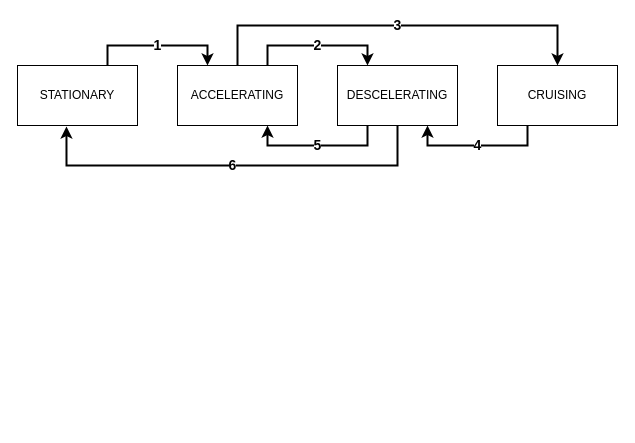
SebastianGonzalezRP/SimVex keeps this draw.io diagram as page "Page-6" (6 of 6) of Diagrams.drawio. Above is the earlier version. Source tidied: cells renumbered, new cells numbered last; positions are measured from the earlier drawing's top-left corner, leaving out a move shared by most shapes. Both pictures are drawn from the tidied source at 100%, with x=0, y=0 at pixel (17, 25).
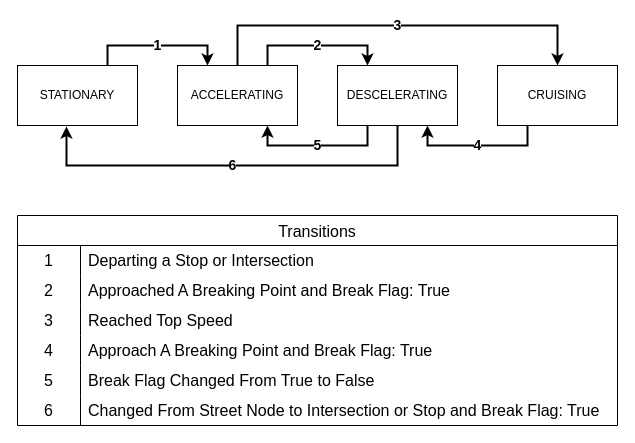
Above is the later version.

The edit, as a diff of the source:
```diff
@@
+    <mxCell id="12" value="Transitions" style="shape=table;startSize=30;childLayout=tableLayout;rowLines=0;fontStyle=0;strokeColor=default;fontSize=16;" parent="1" vertex="1">
+      <mxGeometry y="190" width="600" height="210" as="geometry" />
+    </mxCell>
+    <mxCell id="13" style="shape=tableRow;horizontal=0;startSize=0;swimlaneHead=0;swimlaneBody=0;top=0;left=0;bottom=0;right=0;fillColor=none;strokeColor=inherit;fontSize=16;" parent="12" vertex="1">
+      <mxGeometry y="30" width="600" height="30" as="geometry" />
+    </mxCell>
+    <mxCell id="14" value="1" style="shape=partialRectangle;html=1;whiteSpace=wrap;fillColor=none;top=0;left=0;bottom=0;right=0;overflow=hidden;strokeColor=inherit;fontSize=16;" parent="13" vertex="1">
+      <mxGeometry width="63" height="30" as="geometry" />
+    </mxCell>
+    <mxCell id="15" value="Departing a Stop or Intersection" style="shape=partialRectangle;html=1;whiteSpace=wrap;fillColor=none;top=0;left=0;bottom=0;right=0;align=left;spacingLeft=6;overflow=hidden;strokeColor=inherit;fontSize=16;" parent="13" vertex="1">
+      <mxGeometry x="63" width="537" height="30" as="geometry" />
+    </mxCell>
+    <mxCell id="16" style="shape=tableRow;horizontal=0;startSize=0;swimlaneHead=0;swimlaneBody=0;top=0;left=0;bottom=0;right=0;fillColor=none;strokeColor=inherit;fontSize=16;" parent="12" vertex="1">
+      <mxGeometry y="60" width="600" height="30" as="geometry" />
+    </mxCell>
+    <mxCell id="17" value="2" style="shape=partialRectangle;html=1;whiteSpace=wrap;fillColor=none;top=0;left=0;bottom=0;right=0;overflow=hidden;strokeColor=inherit;fontSize=16;" parent="16" vertex="1">
+      <mxGeometry width="63" height="30" as="geometry" />
+    </mxCell>
+    <mxCell id="18" value="Approached A Breaking Point and Break Flag: True&amp;nbsp;" style="shape=partialRectangle;html=1;whiteSpace=wrap;fillColor=none;top=0;left=0;bottom=0;right=0;align=left;spacingLeft=6;overflow=hidden;strokeColor=inherit;fontSize=16;" parent="16" vertex="1">
+      <mxGeometry x="63" width="537" height="30" as="geometry" />
+    </mxCell>
+    <mxCell id="19" style="shape=tableRow;horizontal=0;startSize=0;swimlaneHead=0;swimlaneBody=0;top=0;left=0;bottom=0;right=0;fillColor=none;strokeColor=inherit;fontSize=16;" parent="12" vertex="1">
+      <mxGeometry y="90" width="600" height="30" as="geometry" />
+    </mxCell>
+    <mxCell id="20" value="3" style="shape=partialRectangle;html=1;whiteSpace=wrap;fillColor=none;top=0;left=0;bottom=0;right=0;overflow=hidden;strokeColor=inherit;fontSize=16;" parent="19" vertex="1">
+      <mxGeometry width="63" height="30" as="geometry" />
+    </mxCell>
+    <mxCell id="21" value="Reached Top Speed" style="shape=partialRectangle;html=1;whiteSpace=wrap;fillColor=none;top=0;left=0;bottom=0;right=0;align=left;spacingLeft=6;overflow=hidden;strokeColor=inherit;fontSize=16;" parent="19" vertex="1">
+      <mxGeometry x="63" width="537" height="30" as="geometry" />
+    </mxCell>
+    <mxCell id="22" style="shape=tableRow;horizontal=0;startSize=0;swimlaneHead=0;swimlaneBody=0;top=0;left=0;bottom=0;right=0;fillColor=none;strokeColor=inherit;fontSize=16;" parent="12" vertex="1">
+      <mxGeometry y="120" width="600" height="30" as="geometry" />
+    </mxCell>
+    <mxCell id="23" value="4" style="shape=partialRectangle;html=1;whiteSpace=wrap;fillColor=none;top=0;left=0;bottom=0;right=0;overflow=hidden;strokeColor=inherit;fontSize=16;" parent="22" vertex="1">
+      <mxGeometry width="63" height="30" as="geometry" />
+    </mxCell>
+    <mxCell id="24" value="Approach A Breaking Point and Break Flag: True" style="shape=partialRectangle;html=1;whiteSpace=wrap;fillColor=none;top=0;left=0;bottom=0;right=0;align=left;spacingLeft=6;overflow=hidden;strokeColor=inherit;fontSize=16;" parent="22" vertex="1">
+      <mxGeometry x="63" width="537" height="30" as="geometry" />
+    </mxCell>
+    <mxCell id="25" style="shape=tableRow;horizontal=0;startSize=0;swimlaneHead=0;swimlaneBody=0;top=0;left=0;bottom=0;right=0;fillColor=none;strokeColor=inherit;fontSize=16;" parent="12" vertex="1">
+      <mxGeometry y="150" width="600" height="30" as="geometry" />
+    </mxCell>
+    <mxCell id="26" value="5" style="shape=partialRectangle;html=1;whiteSpace=wrap;fillColor=none;top=0;left=0;bottom=0;right=0;overflow=hidden;strokeColor=inherit;fontSize=16;" parent="25" vertex="1">
+      <mxGeometry width="63" height="30" as="geometry" />
+    </mxCell>
+    <mxCell id="27" value="Break Flag Changed From True to False" style="shape=partialRectangle;html=1;whiteSpace=wrap;fillColor=none;top=0;left=0;bottom=0;right=0;align=left;spacingLeft=6;overflow=hidden;strokeColor=inherit;fontSize=16;" parent="25" vertex="1">
+      <mxGeometry x="63" width="537" height="30" as="geometry" />
+    </mxCell>
+    <mxCell id="28" style="shape=tableRow;horizontal=0;startSize=0;swimlaneHead=0;swimlaneBody=0;top=0;left=0;bottom=0;right=0;fillColor=none;strokeColor=inherit;fontSize=16;" parent="12" vertex="1">
+      <mxGeometry y="180" width="600" height="30" as="geometry" />
+    </mxCell>
+    <mxCell id="29" value="6" style="shape=partialRectangle;html=1;whiteSpace=wrap;fillColor=none;top=0;left=0;bottom=0;right=0;overflow=hidden;strokeColor=inherit;fontSize=16;" parent="28" vertex="1">
+      <mxGeometry width="63" height="30" as="geometry" />
+    </mxCell>
+    <mxCell id="30" value="Changed From Street Node to Intersection or Stop and Break Flag: True" style="shape=partialRectangle;html=1;whiteSpace=wrap;fillColor=none;top=0;left=0;bottom=0;right=0;align=left;spacingLeft=6;overflow=hidden;strokeColor=inherit;fontSize=16;" parent="28" vertex="1">
+      <mxGeometry x="63" width="537" height="30" as="geometry" />
+    </mxCell>
```
